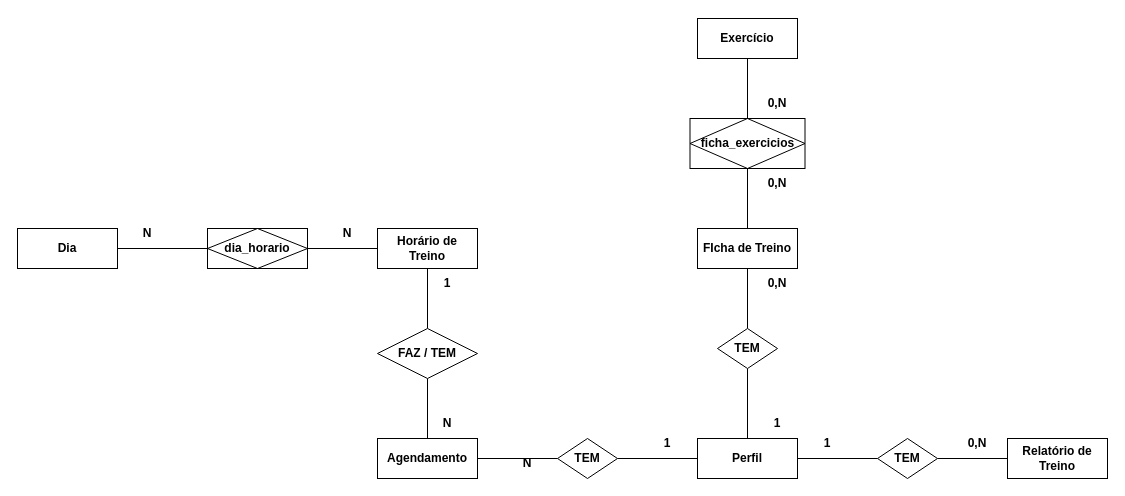
gyma-project/gyma-docs keeps this draw.io diagram as gyma-der.drawio. Above is the earlier version. Source tidied: cells renumbered, new cells numbered last; positions are measured from the earlier drawing's top-left corner, leaving out a move shared by most shapes. Both pictures are drawn from the tidied source at 100%, with x=0, y=0 at pixel (17, 18).
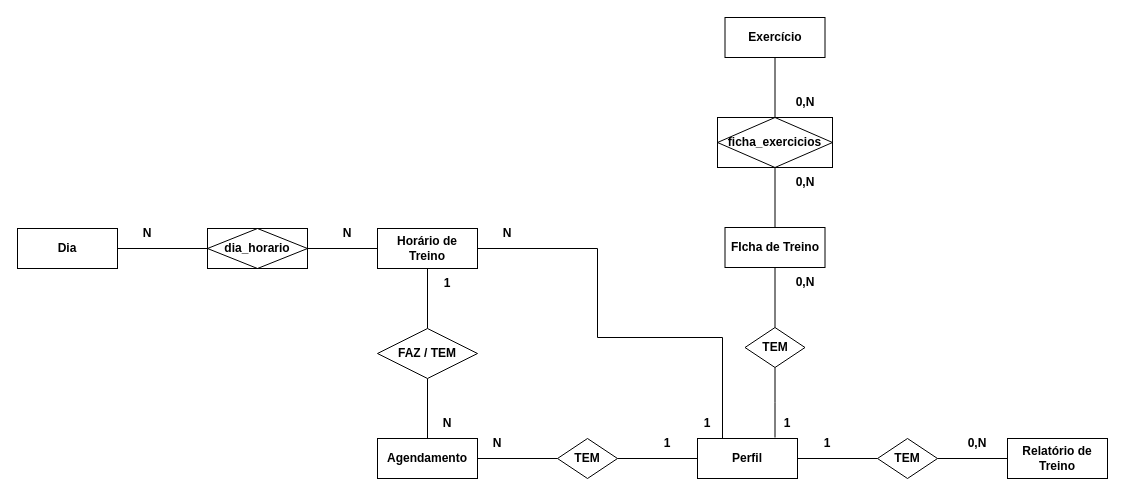
The same page after the edit.

Unchanged cells that the change refers to:
```xml
<mxCell id="5" value="&lt;b&gt;Horário de Treino&lt;/b&gt;" style="whiteSpace=wrap;html=1;align=center;" parent="1" vertex="1">
  <mxGeometry x="360" y="210" width="100" height="40" as="geometry" />
</mxCell>
<mxCell id="11" value="&lt;b&gt;Perfil&lt;/b&gt;" style="whiteSpace=wrap;html=1;align=center;" parent="1" vertex="1">
  <mxGeometry x="680" y="420" width="100" height="40" as="geometry" />
</mxCell>
```

Diff of the diagram source:
```diff
@@
     <mxCell id="8" value="&lt;b&gt;FIcha de Treino&lt;/b&gt;" style="whiteSpace=wrap;html=1;align=center;" parent="1" vertex="1">
-      <mxGeometry x="680" y="210" width="100" height="40" as="geometry" />
+      <mxGeometry x="707.5" y="209" width="100" height="40" as="geometry" />
     </mxCell>
@@
+    <mxCell id="39" style="edgeStyle=orthogonalEdgeStyle;rounded=0;jettySize=auto;html=1;exitX=0.25;exitY=0;exitDx=0;exitDy=0;entryX=1;entryY=0.5;entryDx=0;entryDy=0;endArrow=none;endFill=0;" parent="1" edge="1" source="11" target="5">
+      <mxGeometry relative="1" as="geometry">
+        <Array as="points">
+          <mxPoint x="705" y="319" />
+          <mxPoint x="580" y="319" />
+          <mxPoint x="580" y="230" />
+        </Array>
+      </mxGeometry>
+    </mxCell>
@@
     <mxCell id="15" value="&lt;b&gt;Exercício&lt;/b&gt;" style="whiteSpace=wrap;html=1;align=center;" parent="1" vertex="1">
-      <mxGeometry x="680" width="100" height="40" as="geometry" />
+      <mxGeometry x="707.5" y="-1" width="100" height="40" as="geometry" />
     </mxCell>
@@
     <mxCell id="27" value="1" style="text;html=1;align=center;verticalAlign=middle;whiteSpace=wrap;rounded=0;fontStyle=1;" parent="1" vertex="1">
-      <mxGeometry x="730" y="390" width="60" height="30" as="geometry" />
+      <mxGeometry x="740" y="390" width="60" height="30" as="geometry" />
     </mxCell>
     <mxCell id="28" value="ficha_exercicios" style="shape=associativeEntity;whiteSpace=wrap;html=1;align=center;fontStyle=1;" parent="1" vertex="1">
-      <mxGeometry x="672.5" y="100" width="115" height="50" as="geometry" />
+      <mxGeometry x="700" y="99" width="115" height="50" as="geometry" />
     </mxCell>
     <mxCell id="29" value="0,N" style="text;html=1;align=center;verticalAlign=middle;whiteSpace=wrap;rounded=0;fontStyle=1;" parent="1" vertex="1">
-      <mxGeometry x="730" y="150" width="60" height="30" as="geometry" />
+      <mxGeometry x="757.5" y="149" width="60" height="30" as="geometry" />
     </mxCell>
     <mxCell id="30" value="0,N" style="text;html=1;align=center;verticalAlign=middle;whiteSpace=wrap;rounded=0;fontStyle=1;" parent="1" vertex="1">
-      <mxGeometry x="730" y="70" width="60" height="30" as="geometry" />
+      <mxGeometry x="757.5" y="69" width="60" height="30" as="geometry" />
     </mxCell>
-    <mxCell id="31" style="edgeStyle=orthogonalEdgeStyle;rounded=0;jettySize=auto;html=1;exitX=0.5;exitY=1;exitDx=0;exitDy=0;entryX=0.5;entryY=0;entryDx=0;entryDy=0;endArrow=none;endFill=0;" parent="1" edge="1" source="32" target="11">
-      <mxGeometry relative="1" as="geometry" />
+    <mxCell id="31" style="edgeStyle=orthogonalEdgeStyle;rounded=0;jettySize=auto;html=1;exitX=0.5;exitY=1;exitDx=0;exitDy=0;entryX=0.5;entryY=0;entryDx=0;entryDy=0;endArrow=none;endFill=0;" parent="1" edge="1" source="32">
+      <mxGeometry relative="1" as="geometry">
+        <mxPoint x="757.5" y="419" as="targetPoint" />
+      </mxGeometry>
     </mxCell>
     <mxCell id="32" value="&lt;b&gt;TEM&lt;/b&gt;" style="shape=rhombus;perimeter=rhombusPerimeter;whiteSpace=wrap;html=1;align=center;fontStyle=0;" parent="1" vertex="1">
-      <mxGeometry x="700" y="310" width="60" height="40" as="geometry" />
+      <mxGeometry x="727.5" y="309" width="60" height="40" as="geometry" />
     </mxCell>
     <mxCell id="33" value="0,N" style="text;html=1;align=center;verticalAlign=middle;whiteSpace=wrap;rounded=0;fontStyle=1;" parent="1" vertex="1">
-      <mxGeometry x="730" y="250" width="60" height="30" as="geometry" />
+      <mxGeometry x="757.5" y="249" width="60" height="30" as="geometry" />
     </mxCell>
     <mxCell id="34" value="N" style="text;html=1;align=center;verticalAlign=middle;whiteSpace=wrap;rounded=0;fontStyle=1;" parent="1" vertex="1">
-      <mxGeometry x="480" y="430" width="60" height="30" as="geometry" />
+      <mxGeometry x="450" y="410" width="60" height="30" as="geometry" />
     </mxCell>
@@
+    <mxCell id="40" value="1" style="text;html=1;align=center;verticalAlign=middle;whiteSpace=wrap;rounded=0;fontStyle=1;" parent="1" vertex="1">
+      <mxGeometry x="660" y="390" width="60" height="30" as="geometry" />
+    </mxCell>
+    <mxCell id="41" value="N" style="text;html=1;align=center;verticalAlign=middle;whiteSpace=wrap;rounded=0;fontStyle=1;" parent="1" vertex="1">
+      <mxGeometry x="460" y="200" width="60" height="30" as="geometry" />
+    </mxCell>
```
